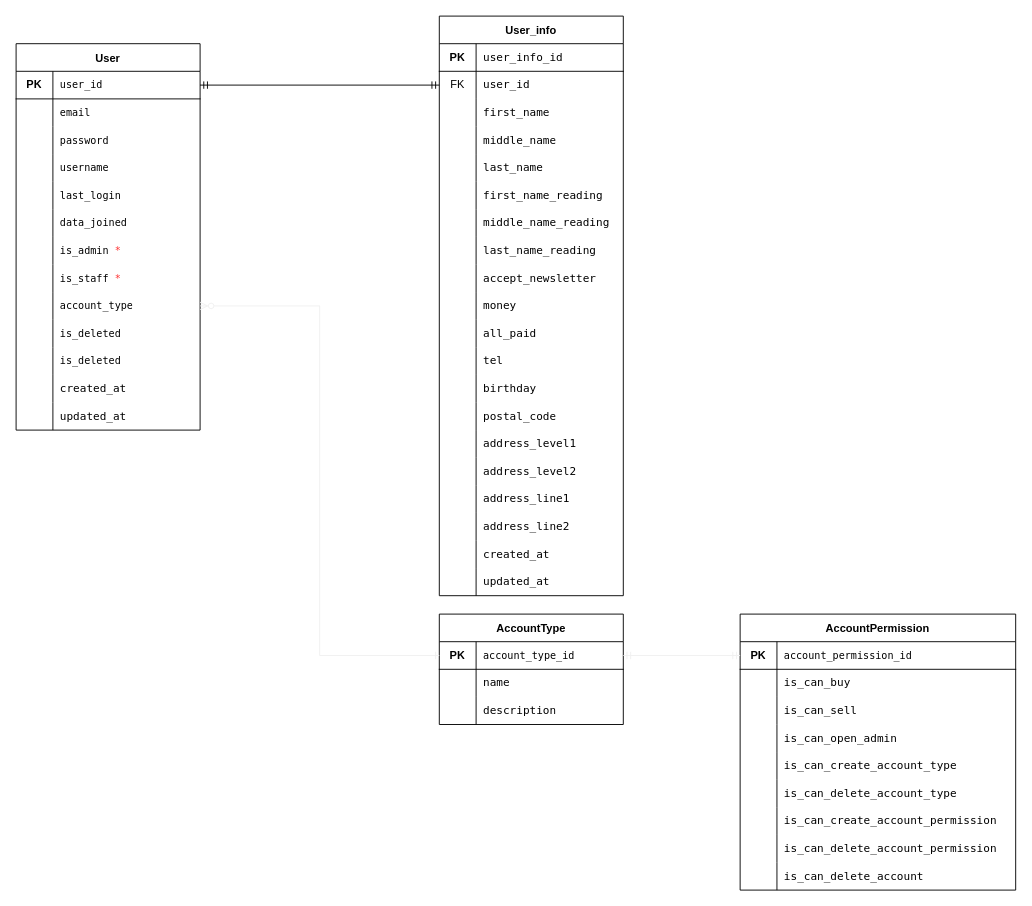
Above: Doc/api/Doc/account/account.drawio in WebAppClub/ClubProject (draw.io), before the change. Source tidied: cells renumbered, new cells numbered last; positions are measured from the earlier drawing's top-left corner, leaving out a move shared by most shapes. Both pictures are drawn from the tidied source at 92%, with x=0, y=0 at pixel (16, 16).
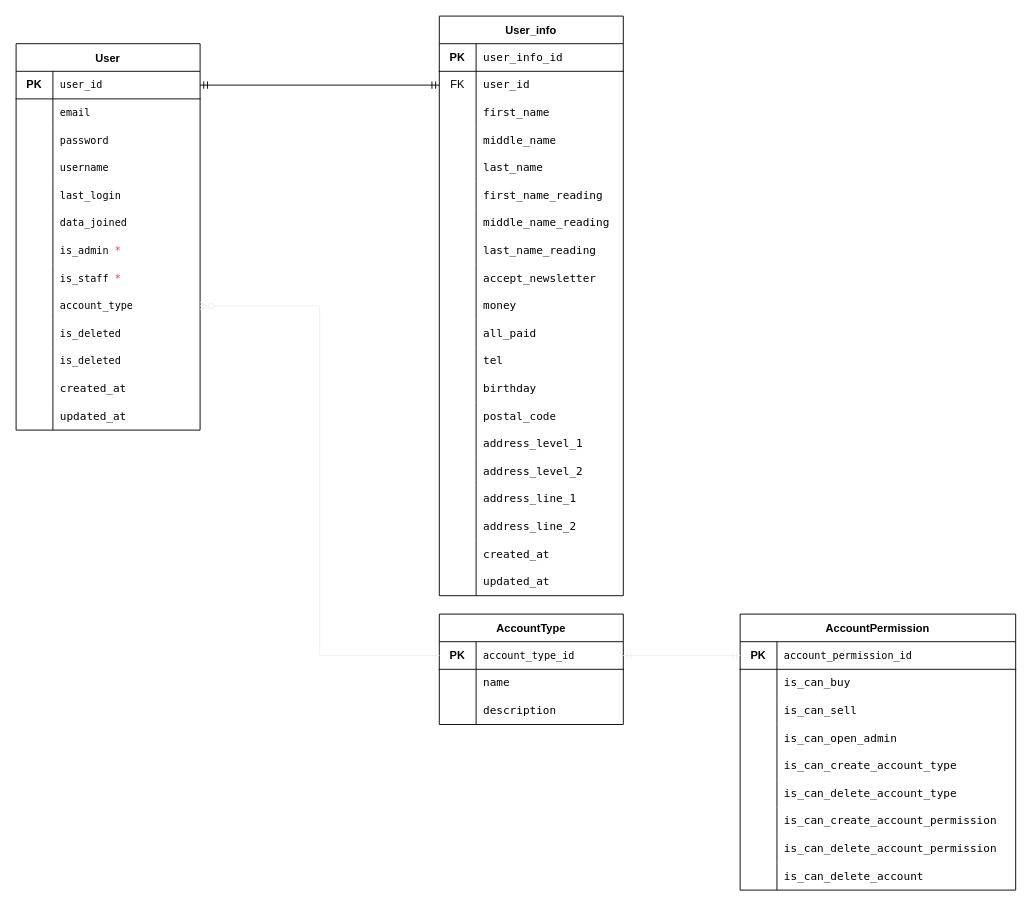
After the change.

Commit message (it also covers changes not shown here):
add account_info table and add init datas

Unchanged cells that the change refers to:
```xml
<mxCell id="85" style="shape=partialRectangle;html=1;whiteSpace=wrap;fillColor=none;top=0;left=0;bottom=0;right=0;" parent="42" vertex="1">
  <mxGeometry y="450" width="200" height="30" as="geometry" />
</mxCell>
<mxCell id="88" style="shape=partialRectangle;html=1;whiteSpace=wrap;fillColor=none;top=0;left=0;bottom=0;right=0;" parent="42" vertex="1">
  <mxGeometry y="480" width="200" height="30" as="geometry" />
</mxCell>
<mxCell id="91" style="shape=partialRectangle;html=1;whiteSpace=wrap;fillColor=none;top=0;left=0;bottom=0;right=0;" parent="42" vertex="1">
  <mxGeometry y="510" width="200" height="30" as="geometry" />
</mxCell>
<mxCell id="94" style="shape=partialRectangle;html=1;whiteSpace=wrap;fillColor=none;top=0;left=0;bottom=0;right=0;" parent="42" vertex="1">
  <mxGeometry y="540" width="200" height="30" as="geometry" />
</mxCell>
```

Change to the diagram source:
```diff
@@
-    <mxCell id="87" value="address_level1" style="shape=partialRectangle;html=1;whiteSpace=wrap;fillColor=none;top=0;left=0;bottom=0;right=0;align=left;spacingLeft=6;overflow=hidden;fontFamily=menlo, monaco, &quot;courier new&quot;, monospace;" parent="85" vertex="1">
+    <mxCell id="87" value="address_level_1" style="shape=partialRectangle;html=1;whiteSpace=wrap;fillColor=none;top=0;left=0;bottom=0;right=0;align=left;spacingLeft=6;overflow=hidden;fontFamily=menlo, monaco, &quot;courier new&quot;, monospace;" parent="85" vertex="1">
       <mxGeometry x="40" width="160" height="30" as="geometry" />
     </mxCell>
@@
-    <mxCell id="90" value="address_level2" style="shape=partialRectangle;html=1;whiteSpace=wrap;fillColor=none;top=0;left=0;bottom=0;right=0;align=left;spacingLeft=6;overflow=hidden;fontFamily=menlo, monaco, &quot;courier new&quot;, monospace;" parent="88" vertex="1">
+    <mxCell id="90" value="address_level_2" style="shape=partialRectangle;html=1;whiteSpace=wrap;fillColor=none;top=0;left=0;bottom=0;right=0;align=left;spacingLeft=6;overflow=hidden;fontFamily=menlo, monaco, &quot;courier new&quot;, monospace;" parent="88" vertex="1">
       <mxGeometry x="40" width="160" height="30" as="geometry" />
     </mxCell>
@@
-    <mxCell id="93" value="address_line1" style="shape=partialRectangle;html=1;whiteSpace=wrap;fillColor=none;top=0;left=0;bottom=0;right=0;align=left;spacingLeft=6;overflow=hidden;fontFamily=menlo, monaco, &quot;courier new&quot;, monospace;" parent="91" vertex="1">
+    <mxCell id="93" value="address_line_1" style="shape=partialRectangle;html=1;whiteSpace=wrap;fillColor=none;top=0;left=0;bottom=0;right=0;align=left;spacingLeft=6;overflow=hidden;fontFamily=menlo, monaco, &quot;courier new&quot;, monospace;" parent="91" vertex="1">
       <mxGeometry x="40" width="160" height="30" as="geometry" />
     </mxCell>
@@
-    <mxCell id="96" value="address_line2" style="shape=partialRectangle;html=1;whiteSpace=wrap;fillColor=none;top=0;left=0;bottom=0;right=0;align=left;spacingLeft=6;overflow=hidden;fontFamily=menlo, monaco, &quot;courier new&quot;, monospace;" parent="94" vertex="1">
+    <mxCell id="96" value="address_line_2" style="shape=partialRectangle;html=1;whiteSpace=wrap;fillColor=none;top=0;left=0;bottom=0;right=0;align=left;spacingLeft=6;overflow=hidden;fontFamily=menlo, monaco, &quot;courier new&quot;, monospace;" parent="94" vertex="1">
       <mxGeometry x="40" width="160" height="30" as="geometry" />
     </mxCell>
```
